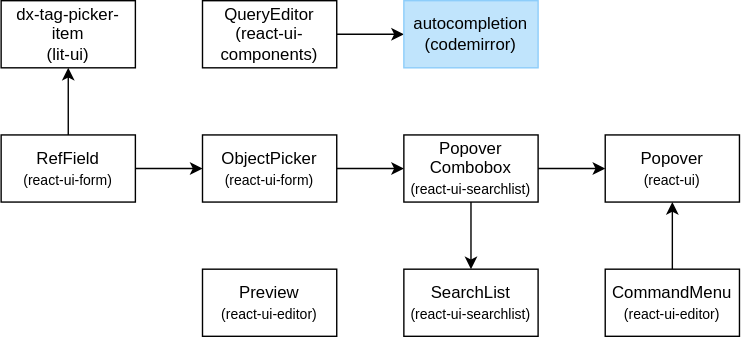
Before: packages/ui/react-ui-components/docs/components.drawio.svg, a diagram exported from draw.io (dxos/dxos). Source tidied: cells renumbered, new cells last; positions are measured from the earlier drawing's top-left corner, leaving out a move shared by most shapes.
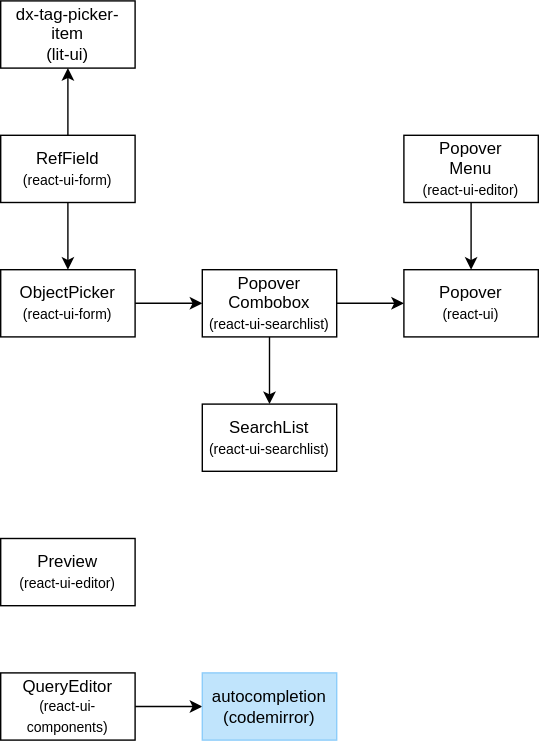
The same file after the commit.

What changed in the source:
```diff
@@ -15,7 +15,7 @@
       <mxGeometry relative="1" as="geometry" />
     </mxCell>
     <mxCell id="6" value="ObjectPicker&lt;br&gt;&lt;font style=&quot;font-size: 10px;&quot;&gt;(react-ui-form)&lt;/font&gt;" style="rounded=0;whiteSpace=wrap;html=1;" parent="1" vertex="1">
-      <mxGeometry x="144" y="96" width="96" height="48" as="geometry" />
+      <mxGeometry y="192" width="96" height="48" as="geometry" />
     </mxCell>
     <mxCell id="7" value="dx-tag-picker-item&lt;br&gt;(lit-ui)" style="rounded=0;whiteSpace=wrap;html=1;" parent="1" vertex="1">
       <mxGeometry width="96" height="48" as="geometry" />
@@ -23,11 +23,11 @@
     <mxCell id="8" style="edgeStyle=none;html=1;" parent="1" edge="1" source="9" target="10">
       <mxGeometry relative="1" as="geometry" />
     </mxCell>
-    <mxCell id="9" value="CommandMenu&lt;br&gt;&lt;font style=&quot;font-size: 10px;&quot;&gt;(react-ui-editor)&lt;/font&gt;" style="rounded=0;whiteSpace=wrap;html=1;" parent="1" vertex="1">
-      <mxGeometry x="432" y="192" width="96" height="48" as="geometry" />
+    <mxCell id="9" value="Popover&lt;br&gt;Menu&lt;br&gt;&lt;font style=&quot;font-size: 10px;&quot;&gt;(react-ui-editor)&lt;/font&gt;" style="rounded=0;whiteSpace=wrap;html=1;" parent="1" vertex="1">
+      <mxGeometry x="288" y="96" width="96" height="48" as="geometry" />
     </mxCell>
     <mxCell id="10" value="Popover&lt;br&gt;&lt;font style=&quot;font-size: 10px;&quot;&gt;(react-ui)&lt;/font&gt;" style="rounded=0;whiteSpace=wrap;html=1;" parent="1" vertex="1">
-      <mxGeometry x="432" y="96" width="96" height="48" as="geometry" />
+      <mxGeometry x="288" y="192" width="96" height="48" as="geometry" />
     </mxCell>
     <mxCell id="11" style="edgeStyle=none;html=1;exitX=1;exitY=0.5;exitDx=0;exitDy=0;" parent="1" edge="1" source="13" target="10">
       <mxGeometry relative="1" as="geometry" />
@@ -36,22 +36,22 @@
       <mxGeometry relative="1" as="geometry" />
     </mxCell>
     <mxCell id="13" value="Popover&lt;br&gt;Combobox&lt;br&gt;&lt;font style=&quot;font-size: 10px;&quot;&gt;(react-ui-searchlist)&lt;/font&gt;" style="rounded=0;whiteSpace=wrap;html=1;" parent="1" vertex="1">
-      <mxGeometry x="288" y="96" width="96" height="48" as="geometry" />
+      <mxGeometry x="144" y="192" width="96" height="48" as="geometry" />
     </mxCell>
     <mxCell id="14" value="SearchList&lt;br&gt;&lt;font style=&quot;font-size: 10px;&quot;&gt;(react-ui-searchlist)&lt;/font&gt;" style="rounded=0;whiteSpace=wrap;html=1;" parent="1" vertex="1">
-      <mxGeometry x="288" y="192" width="96" height="48" as="geometry" />
+      <mxGeometry x="144" y="288" width="96" height="48" as="geometry" />
     </mxCell>
     <mxCell id="15" style="edgeStyle=none;html=1;exitX=1;exitY=0.5;exitDx=0;exitDy=0;" parent="1" edge="1" source="16" target="17">
       <mxGeometry relative="1" as="geometry" />
     </mxCell>
-    <mxCell id="16" value="QueryEditor&lt;br&gt;(react-ui-components)" style="rounded=0;whiteSpace=wrap;html=1;" parent="1" vertex="1">
-      <mxGeometry x="144" width="96" height="48" as="geometry" />
+    <mxCell id="16" value="QueryEditor&lt;br&gt;&lt;font style=&quot;font-size: 10px;&quot;&gt;(react-ui-components)&lt;/font&gt;" style="rounded=0;whiteSpace=wrap;html=1;" parent="1" vertex="1">
+      <mxGeometry y="480" width="96" height="48" as="geometry" />
     </mxCell>
     <mxCell id="17" value="autocompletion&lt;br&gt;(codemirror)" style="rounded=0;whiteSpace=wrap;html=1;fillColor=#C0E4FC;fontColor=#000000;strokeColor=#8DCDFA;" parent="1" vertex="1">
-      <mxGeometry x="288" width="96" height="48" as="geometry" />
+      <mxGeometry x="144" y="480" width="96" height="48" as="geometry" />
     </mxCell>
     <mxCell id="18" value="Preview&lt;br&gt;&lt;font style=&quot;font-size: 10px;&quot;&gt;(react-ui-editor)&lt;/font&gt;" style="rounded=0;whiteSpace=wrap;html=1;" parent="1" vertex="1">
-      <mxGeometry x="144" y="192" width="96" height="48" as="geometry" />
+      <mxGeometry y="384" width="96" height="48" as="geometry" />
     </mxCell>
   </root>
 </mxGraphModel>
```
